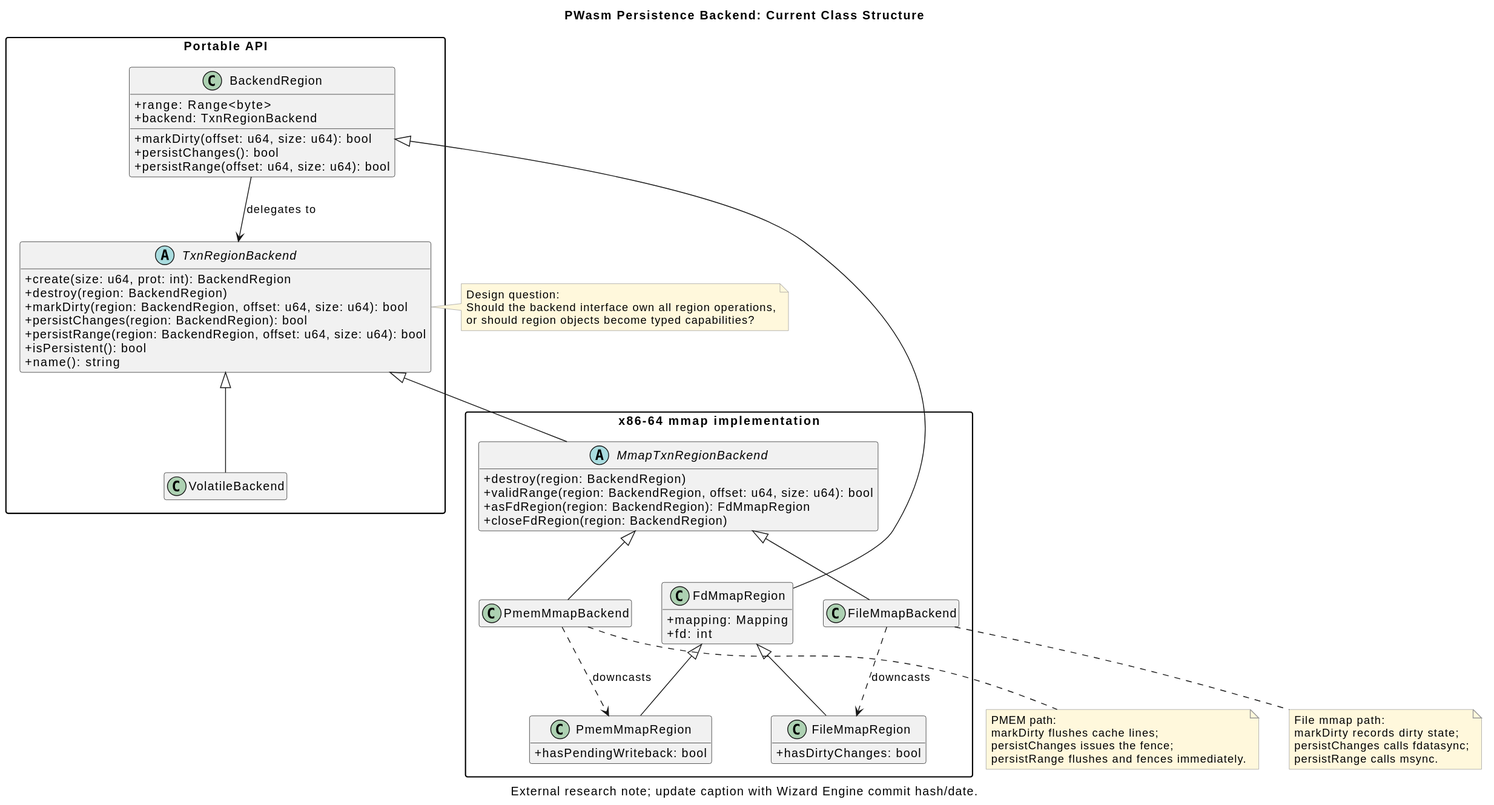
Earlier version of the PlantUML export rendered/current-backend-hierarchy.svg (SaltedTan/pwasm-persistence-notes).
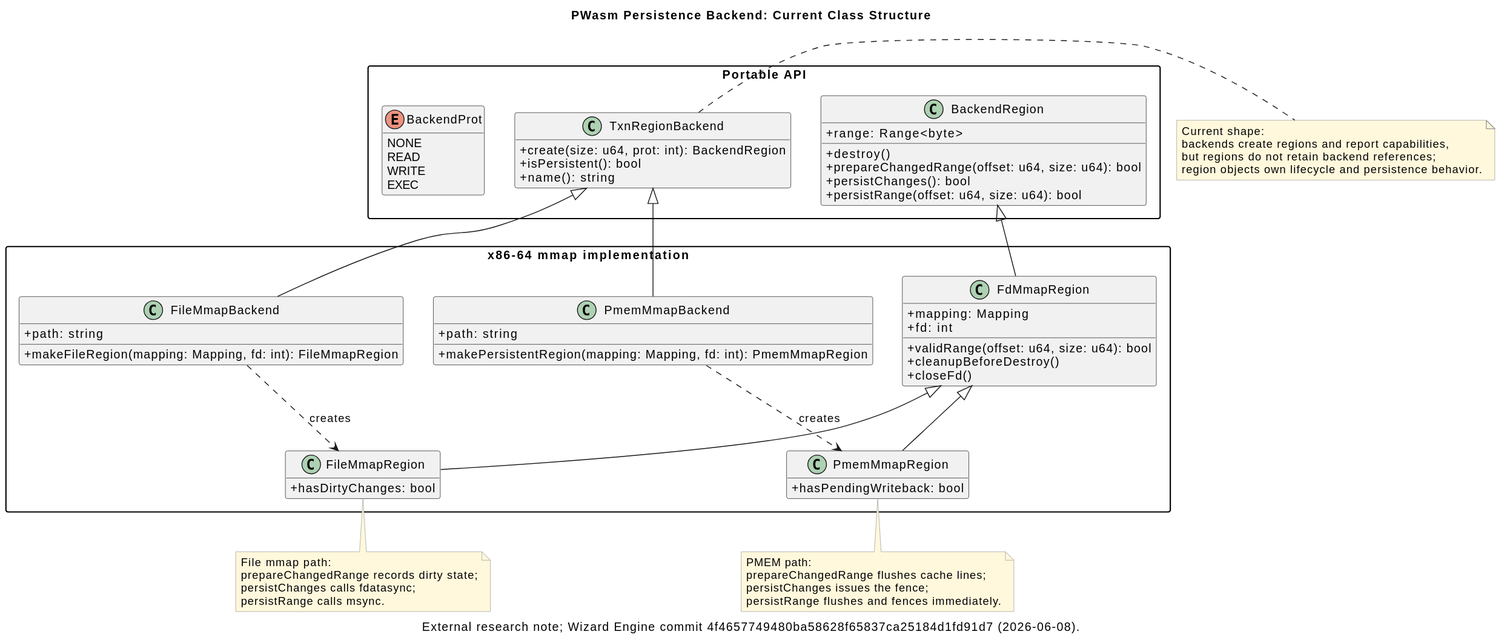
Later version of the same file.

Commit message:
Update backend hierarchy diagram

What changed in the source:
```diff
@@ -2,34 +2,38 @@
 !include style.puml
 
 title PWasm Persistence Backend: Current Class Structure
-caption External research note; update caption with Wizard Engine commit hash/date.
+caption External research note; Wizard Engine commit 4f4657749480ba58628f65837ca25184d1fd91d7 (2026-06-08).
 
 package "Portable API" {
   class BackendRegion {
     +range: Range<byte>
-    +backend: TxnRegionBackend
-    +markDirty(offset: u64, size: u64): bool
+    +destroy()
+    +prepareChangedRange(offset: u64, size: u64): bool
     +persistChanges(): bool
     +persistRange(offset: u64, size: u64): bool
   }
 
-  abstract class TxnRegionBackend {
+  class TxnRegionBackend {
     +create(size: u64, prot: int): BackendRegion
-    +destroy(region: BackendRegion)
-    +markDirty(region: BackendRegion, offset: u64, size: u64): bool
-    +persistChanges(region: BackendRegion): bool
-    +persistRange(region: BackendRegion, offset: u64, size: u64): bool
     +isPersistent(): bool
     +name(): string
   }
 
-  class VolatileBackend
+  enum BackendProt {
+    NONE
+    READ
+    WRITE
+    EXEC
+  }
 }
 
 package "x86-64 mmap implementation" {
   class FdMmapRegion {
     +mapping: Mapping
     +fd: int
+    +validRange(offset: u64, size: u64): bool
+    +cleanupBeforeDestroy()
+    +closeFd()
   }
 
   class FileMmapRegion {
@@ -40,47 +44,44 @@
     +hasPendingWriteback: bool
   }
 
-  abstract class MmapTxnRegionBackend {
-    +destroy(region: BackendRegion)
-    +validRange(region: BackendRegion, offset: u64, size: u64): bool
-    +asFdRegion(region: BackendRegion): FdMmapRegion
-    +closeFdRegion(region: BackendRegion)
+  class PmemMmapBackend {
+    +path: string
+    +makePersistentRegion(mapping: Mapping, fd: int): PmemMmapRegion
   }
 
-  class PmemMmapBackend
-  class FileMmapBackend
+  class FileMmapBackend {
+    +path: string
+    +makeFileRegion(mapping: Mapping, fd: int): FileMmapRegion
+  }
 }
 
-BackendRegion --> TxnRegionBackend : delegates to
-
-TxnRegionBackend <|-- VolatileBackend
-TxnRegionBackend <|-- MmapTxnRegionBackend
-MmapTxnRegionBackend <|-- PmemMmapBackend
-MmapTxnRegionBackend <|-- FileMmapBackend
+TxnRegionBackend <|-- PmemMmapBackend
+TxnRegionBackend <|-- FileMmapBackend
 
 BackendRegion <|-- FdMmapRegion
 FdMmapRegion <|-- FileMmapRegion
 FdMmapRegion <|-- PmemMmapRegion
 
-PmemMmapBackend ..> PmemMmapRegion : downcasts
-FileMmapBackend ..> FileMmapRegion : downcasts
+PmemMmapBackend ..> PmemMmapRegion : creates
+FileMmapBackend ..> FileMmapRegion : creates
 
 note right of TxnRegionBackend
-Design question:
-Should the backend interface own all region operations,
-or should region objects become typed capabilities?
+Current shape:
+backends create regions and report capabilities,
+but regions do not retain backend references;
+region objects own lifecycle and persistence behavior.
 end note
 
-note bottom of PmemMmapBackend
+note bottom of PmemMmapRegion
 PMEM path:
-markDirty flushes cache lines;
+prepareChangedRange flushes cache lines;
 persistChanges issues the fence;
 persistRange flushes and fences immediately.
 end note
 
-note bottom of FileMmapBackend
+note bottom of FileMmapRegion
 File mmap path:
-markDirty records dirty state;
+prepareChangedRange records dirty state;
 persistChanges calls fdatasync;
 persistRange calls msync.
 end note
```
